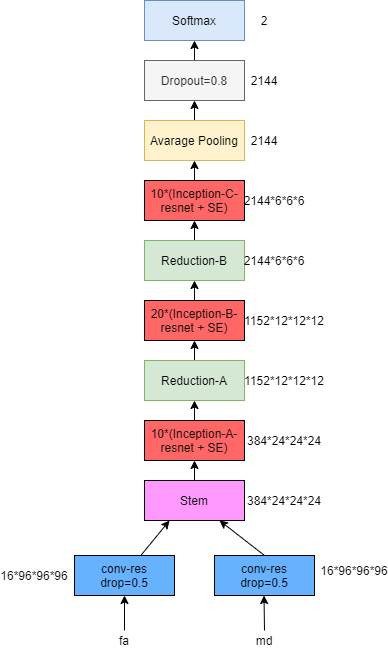
Above: Untitled Diagram.png in Wugengxian/MRI (draw.io), before the change. Source tidied: cells renumbered, new cells last; positions are measured from the earlier drawing's top-left corner, leaving out a move shared by most shapes. Source of this version:
```xml
<mxGraphModel>
  <root>
    <mxCell id="0" />
    <mxCell id="1" parent="0" />
    <mxCell id="2" style="rounded=0;jettySize=auto;html=1;entryX=0.25;entryY=1;entryDx=0;entryDy=0;" parent="1" edge="1" source="3" target="13">
      <mxGeometry relative="1" as="geometry" />
    </mxCell>
    <mxCell id="3" value="conv-res&lt;br&gt;drop=0.5" style="rounded=0;whiteSpace=wrap;html=1;fillColor=#66B2FF;" parent="1" vertex="1">
      <mxGeometry x="60" y="555" width="100" height="40" as="geometry" />
    </mxCell>
    <mxCell id="4" style="edgeStyle=none;rounded=0;jettySize=auto;html=1;exitX=0.5;exitY=0;exitDx=0;exitDy=0;entryX=0.75;entryY=1;entryDx=0;entryDy=0;" parent="1" edge="1" source="5" target="13">
      <mxGeometry relative="1" as="geometry" />
    </mxCell>
    <mxCell id="5" value="conv-res&lt;br&gt;drop=0.5" style="rounded=0;whiteSpace=wrap;html=1;fillColor=#66B2FF;" parent="1" vertex="1">
      <mxGeometry x="200" y="555" width="100" height="40" as="geometry" />
    </mxCell>
    <mxCell id="6" style="endArrow=classic;html=1;entryX=0.5;entryY=1;entryDx=0;entryDy=0;" parent="1" edge="1" target="3">
      <mxGeometry relative="1" as="geometry">
        <mxPoint x="110" y="630" as="sourcePoint" />
      </mxGeometry>
    </mxCell>
    <mxCell id="7" value="fa" style="text;html=1;strokeColor=none;fillColor=none;align=center;verticalAlign=middle;whiteSpace=wrap;rounded=0;" parent="1" vertex="1">
      <mxGeometry x="90" y="630" width="40" height="20" as="geometry" />
    </mxCell>
    <mxCell id="8" style="endArrow=classic;html=1;" parent="1" edge="1">
      <mxGeometry relative="1" as="geometry">
        <mxPoint x="250" y="630" as="sourcePoint" />
        <mxPoint x="249.5" y="595" as="targetPoint" />
      </mxGeometry>
    </mxCell>
    <mxCell id="9" value="md" style="text;html=1;strokeColor=none;fillColor=none;align=center;verticalAlign=middle;whiteSpace=wrap;rounded=0;" parent="1" vertex="1">
      <mxGeometry x="230" y="630" width="40" height="20" as="geometry" />
    </mxCell>
    <mxCell id="10" value="16*96*96*96" style="text;html=1;strokeColor=none;fillColor=none;align=center;verticalAlign=middle;whiteSpace=wrap;rounded=0;" parent="1" vertex="1">
      <mxGeometry x="320" y="560" width="40" height="20" as="geometry" />
    </mxCell>
    <mxCell id="11" value="16*96*96*96" style="text;html=1;strokeColor=none;fillColor=none;align=center;verticalAlign=middle;whiteSpace=wrap;rounded=0;" parent="1" vertex="1">
      <mxGeometry y="565" width="40" height="20" as="geometry" />
    </mxCell>
    <mxCell id="12" style="edgeStyle=none;rounded=0;jettySize=auto;html=1;exitX=0.5;exitY=0;exitDx=0;exitDy=0;entryX=0.5;entryY=1;entryDx=0;entryDy=0;" parent="1" edge="1" source="13" target="16">
      <mxGeometry relative="1" as="geometry" />
    </mxCell>
    <mxCell id="13" value="Stem" style="rounded=0;whiteSpace=wrap;html=1;fillColor=#FF99FF;" parent="1" vertex="1">
      <mxGeometry x="130" y="480" width="100" height="40" as="geometry" />
    </mxCell>
    <mxCell id="14" value="384*24*24*24" style="text;html=1;strokeColor=none;fillColor=none;align=center;verticalAlign=middle;whiteSpace=wrap;rounded=0;" parent="1" vertex="1">
      <mxGeometry x="250" y="490" width="40" height="20" as="geometry" />
    </mxCell>
    <mxCell id="15" style="edgeStyle=none;rounded=0;jettySize=auto;html=1;" parent="1" edge="1" source="16">
      <mxGeometry relative="1" as="geometry">
        <mxPoint x="180" y="400" as="targetPoint" />
      </mxGeometry>
    </mxCell>
    <mxCell id="16" value="10*(Inception-A-resnet + SE)" style="rounded=0;whiteSpace=wrap;html=1;fillColor=#FF6666;" parent="1" vertex="1">
      <mxGeometry x="130" y="420" width="100" height="40" as="geometry" />
    </mxCell>
    <mxCell id="17" value="384*24*24*24" style="text;html=1;strokeColor=none;fillColor=none;align=center;verticalAlign=middle;whiteSpace=wrap;rounded=0;" parent="1" vertex="1">
      <mxGeometry x="250" y="430" width="40" height="20" as="geometry" />
    </mxCell>
    <mxCell id="18" style="edgeStyle=none;rounded=0;jettySize=auto;html=1;exitX=0.5;exitY=0;exitDx=0;exitDy=0;" parent="1" edge="1" source="19">
      <mxGeometry relative="1" as="geometry">
        <mxPoint x="180" y="340" as="targetPoint" />
      </mxGeometry>
    </mxCell>
    <mxCell id="19" value="Reduction-A" style="rounded=0;whiteSpace=wrap;html=1;fillColor=#d5e8d4;strokeColor=#82b366;" parent="1" vertex="1">
      <mxGeometry x="130" y="360" width="100" height="40" as="geometry" />
    </mxCell>
    <mxCell id="20" value="1152*12*12*12" style="text;html=1;strokeColor=none;fillColor=none;align=center;verticalAlign=middle;whiteSpace=wrap;rounded=0;" parent="1" vertex="1">
      <mxGeometry x="250" y="370" width="40" height="20" as="geometry" />
    </mxCell>
    <mxCell id="21" style="edgeStyle=none;rounded=0;jettySize=auto;html=1;exitX=0.5;exitY=0;exitDx=0;exitDy=0;entryX=0.5;entryY=1;entryDx=0;entryDy=0;" parent="1" edge="1" source="22" target="24">
      <mxGeometry relative="1" as="geometry" />
    </mxCell>
    <mxCell id="22" value="20*(Inception-B-resnet + SE)" style="rounded=0;whiteSpace=wrap;html=1;fillColor=#FF6666;" parent="1" vertex="1">
      <mxGeometry x="130" y="300" width="100" height="40" as="geometry" />
    </mxCell>
    <mxCell id="23" style="edgeStyle=none;rounded=0;jettySize=auto;html=1;exitX=0.5;exitY=0;exitDx=0;exitDy=0;entryX=0.5;entryY=1;entryDx=0;entryDy=0;" parent="1" edge="1" source="24" target="26">
      <mxGeometry relative="1" as="geometry" />
    </mxCell>
    <mxCell id="24" value="Reduction-B" style="rounded=0;whiteSpace=wrap;html=1;fillColor=#d5e8d4;strokeColor=#82b366;" parent="1" vertex="1">
      <mxGeometry x="130" y="240" width="100" height="40" as="geometry" />
    </mxCell>
    <mxCell id="25" style="edgeStyle=none;rounded=0;jettySize=auto;html=1;exitX=0.5;exitY=0;exitDx=0;exitDy=0;entryX=0.5;entryY=1;entryDx=0;entryDy=0;" parent="1" edge="1" source="26">
      <mxGeometry relative="1" as="geometry">
        <mxPoint x="180" y="160" as="targetPoint" />
      </mxGeometry>
    </mxCell>
    <mxCell id="26" value="10*(Inception-C-resnet + SE)" style="rounded=0;whiteSpace=wrap;html=1;fillColor=#FF6666;" parent="1" vertex="1">
      <mxGeometry x="130" y="180" width="100" height="40" as="geometry" />
    </mxCell>
    <mxCell id="27" style="edgeStyle=none;rounded=0;jettySize=auto;html=1;exitX=0.5;exitY=0;exitDx=0;exitDy=0;entryX=0.5;entryY=1;entryDx=0;entryDy=0;" parent="1" edge="1" source="28" target="30">
      <mxGeometry relative="1" as="geometry" />
    </mxCell>
    <mxCell id="28" value="Avarage Pooling" style="rounded=0;whiteSpace=wrap;html=1;fillColor=#fff2cc;strokeColor=#d6b656;" parent="1" vertex="1">
      <mxGeometry x="130" y="120" width="100" height="40" as="geometry" />
    </mxCell>
    <mxCell id="29" style="edgeStyle=none;rounded=0;jettySize=auto;html=1;exitX=0.5;exitY=0;exitDx=0;exitDy=0;entryX=0.5;entryY=1;entryDx=0;entryDy=0;" parent="1" edge="1" source="30" target="31">
      <mxGeometry relative="1" as="geometry" />
    </mxCell>
    <mxCell id="30" value="Dropout=0.8" style="rounded=0;whiteSpace=wrap;html=1;fillColor=#f5f5f5;strokeColor=#666666;fontColor=#333333;" parent="1" vertex="1">
      <mxGeometry x="130" y="60" width="100" height="40" as="geometry" />
    </mxCell>
    <mxCell id="31" value="Softmax" style="rounded=0;whiteSpace=wrap;html=1;fillColor=#dae8fc;strokeColor=#6c8ebf;" parent="1" vertex="1">
      <mxGeometry x="130" width="100" height="40" as="geometry" />
    </mxCell>
    <mxCell id="32" value="1152*12*12*12" style="text;html=1;strokeColor=none;fillColor=none;align=center;verticalAlign=middle;whiteSpace=wrap;rounded=0;" parent="1" vertex="1">
      <mxGeometry x="250" y="310" width="40" height="20" as="geometry" />
    </mxCell>
    <mxCell id="33" value="2144*6*6*6" style="text;html=1;strokeColor=none;fillColor=none;align=center;verticalAlign=middle;whiteSpace=wrap;rounded=0;" parent="1" vertex="1">
      <mxGeometry x="240" y="250" width="40" height="20" as="geometry" />
    </mxCell>
    <mxCell id="34" value="2144*6*6*6" style="text;html=1;strokeColor=none;fillColor=none;align=center;verticalAlign=middle;whiteSpace=wrap;rounded=0;" parent="1" vertex="1">
      <mxGeometry x="240" y="190" width="40" height="20" as="geometry" />
    </mxCell>
    <mxCell id="35" value="2144" style="text;html=1;strokeColor=none;fillColor=none;align=center;verticalAlign=middle;whiteSpace=wrap;rounded=0;" parent="1" vertex="1">
      <mxGeometry x="230" y="130" width="40" height="20" as="geometry" />
    </mxCell>
    <mxCell id="36" value="2144" style="text;html=1;strokeColor=none;fillColor=none;align=center;verticalAlign=middle;whiteSpace=wrap;rounded=0;" parent="1" vertex="1">
      <mxGeometry x="230" y="70" width="40" height="20" as="geometry" />
    </mxCell>
    <mxCell id="37" value="2" style="text;html=1;strokeColor=none;fillColor=none;align=center;verticalAlign=middle;whiteSpace=wrap;rounded=0;" parent="1" vertex="1">
      <mxGeometry x="230" y="10" width="40" height="20" as="geometry" />
    </mxCell>
  </root>
</mxGraphModel>
```
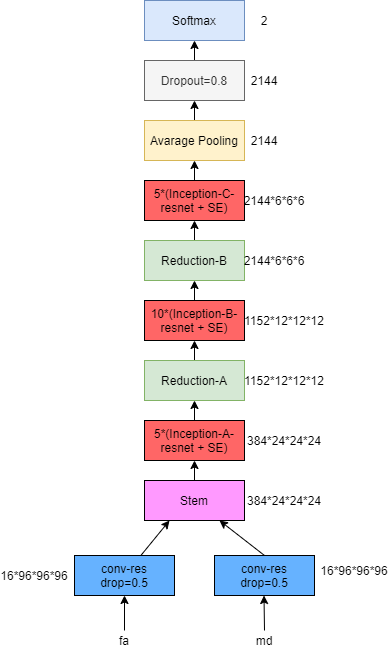
The same file after the commit.

Diff of the diagram source:
```diff
@@ -51,7 +51,7 @@
         <mxPoint x="180" y="400" as="targetPoint" />
       </mxGeometry>
     </mxCell>
-    <mxCell id="16" value="10*(Inception-A-resnet + SE)" style="rounded=0;whiteSpace=wrap;html=1;fillColor=#FF6666;" parent="1" vertex="1">
+    <mxCell id="16" value="5*(Inception-A-resnet + SE)" style="rounded=0;whiteSpace=wrap;html=1;fillColor=#FF6666;" parent="1" vertex="1">
       <mxGeometry x="130" y="420" width="100" height="40" as="geometry" />
     </mxCell>
     <mxCell id="17" value="384*24*24*24" style="text;html=1;strokeColor=none;fillColor=none;align=center;verticalAlign=middle;whiteSpace=wrap;rounded=0;" parent="1" vertex="1">
@@ -71,7 +71,7 @@
     <mxCell id="21" style="edgeStyle=none;rounded=0;jettySize=auto;html=1;exitX=0.5;exitY=0;exitDx=0;exitDy=0;entryX=0.5;entryY=1;entryDx=0;entryDy=0;" parent="1" edge="1" source="22" target="24">
       <mxGeometry relative="1" as="geometry" />
     </mxCell>
-    <mxCell id="22" value="20*(Inception-B-resnet + SE)" style="rounded=0;whiteSpace=wrap;html=1;fillColor=#FF6666;" parent="1" vertex="1">
+    <mxCell id="22" value="10*(Inception-B-resnet + SE)" style="rounded=0;whiteSpace=wrap;html=1;fillColor=#FF6666;" parent="1" vertex="1">
       <mxGeometry x="130" y="300" width="100" height="40" as="geometry" />
     </mxCell>
     <mxCell id="23" style="edgeStyle=none;rounded=0;jettySize=auto;html=1;exitX=0.5;exitY=0;exitDx=0;exitDy=0;entryX=0.5;entryY=1;entryDx=0;entryDy=0;" parent="1" edge="1" source="24" target="26">
@@ -85,7 +85,7 @@
         <mxPoint x="180" y="160" as="targetPoint" />
       </mxGeometry>
     </mxCell>
-    <mxCell id="26" value="10*(Inception-C-resnet + SE)" style="rounded=0;whiteSpace=wrap;html=1;fillColor=#FF6666;" parent="1" vertex="1">
+    <mxCell id="26" value="5*(Inception-C-resnet + SE)" style="rounded=0;whiteSpace=wrap;html=1;fillColor=#FF6666;" parent="1" vertex="1">
       <mxGeometry x="130" y="180" width="100" height="40" as="geometry" />
     </mxCell>
     <mxCell id="27" style="edgeStyle=none;rounded=0;jettySize=auto;html=1;exitX=0.5;exitY=0;exitDx=0;exitDy=0;entryX=0.5;entryY=1;entryDx=0;entryDy=0;" parent="1" edge="1" source="28" target="30">
```
